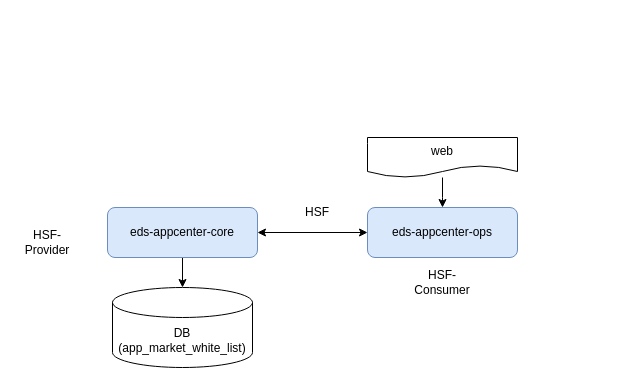
chenkangzeng/appstreaming keeps this draw.io diagram as ali_app_manage.drawio. Above is the earlier version. Source tidied: cells renumbered, new cells numbered last; positions are measured from the earlier drawing's top-left corner, leaving out a move shared by most shapes. Both pictures are drawn from the tidied source at 100%, with x=0, y=0 at pixel (17, 137).
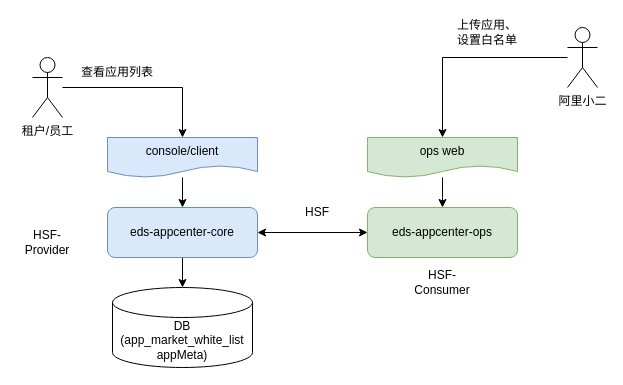
After the change.

The change refers to these unchanged cells:
```xml
<mxCell id="4" value="eds-appcenter-core" style="rounded=1;whiteSpace=wrap;html=1;fillColor=#dae8fc;strokeColor=#6c8ebf;" parent="1" vertex="1">
  <mxGeometry x="90" y="70" width="150" height="50" as="geometry" />
</mxCell>
```

Change to the diagram source:
```diff
@@
-    <mxCell id="2" value="DB&lt;br&gt;(app_market_white_list)" style="shape=cylinder3;whiteSpace=wrap;html=1;boundedLbl=1;backgroundOutline=1;size=15;" parent="1" vertex="1">
+    <mxCell id="2" value="DB&lt;br&gt;(app_market_white_list&lt;br&gt;appMeta)" style="shape=cylinder3;whiteSpace=wrap;html=1;boundedLbl=1;backgroundOutline=1;size=15;" parent="1" vertex="1">
       <mxGeometry x="95" y="150" width="140" height="80" as="geometry" />
     </mxCell>
@@
-    <mxCell id="5" value="eds-appcenter-ops" style="rounded=1;whiteSpace=wrap;html=1;fillColor=#dae8fc;strokeColor=#6c8ebf;" parent="1" vertex="1">
+    <mxCell id="5" value="eds-appcenter-ops" style="rounded=1;whiteSpace=wrap;html=1;fillColor=#d5e8d4;strokeColor=#82b366;" parent="1" vertex="1">
       <mxGeometry x="350" y="70" width="150" height="50" as="geometry" />
     </mxCell>
@@
-    <mxCell id="7" value="web" style="shape=document;whiteSpace=wrap;html=1;boundedLbl=1;" parent="1" vertex="1">
+    <mxCell id="7" value="ops web" style="shape=document;whiteSpace=wrap;html=1;boundedLbl=1;fillColor=#d5e8d4;strokeColor=#82b366;" parent="1" vertex="1">
       <mxGeometry x="350" width="150" height="40" as="geometry" />
     </mxCell>
@@
+    <mxCell id="12" style="edgeStyle=orthogonalEdgeStyle;rounded=0;jettySize=auto;html=1;" parent="1" edge="1" source="13" target="4">
+      <mxGeometry relative="1" as="geometry" />
+    </mxCell>
+    <mxCell id="13" value="console/client" style="shape=document;whiteSpace=wrap;html=1;boundedLbl=1;fillColor=#dae8fc;strokeColor=#6c8ebf;" parent="1" vertex="1">
+      <mxGeometry x="90" width="150" height="40" as="geometry" />
+    </mxCell>
+    <mxCell id="14" style="edgeStyle=orthogonalEdgeStyle;rounded=0;jettySize=auto;html=1;entryX=0.5;entryY=0;entryDx=0;entryDy=0;" parent="1" edge="1" source="15" target="13">
+      <mxGeometry relative="1" as="geometry" />
+    </mxCell>
+    <mxCell id="15" value="租户/员工" style="shape=umlActor;verticalLabelPosition=bottom;verticalAlign=top;html=1;outlineConnect=0;" parent="1" vertex="1">
+      <mxGeometry x="15" y="-80" width="30" height="60" as="geometry" />
+    </mxCell>
+    <mxCell id="16" value="查看应用列表" style="text;html=1;strokeColor=none;fillColor=none;align=center;verticalAlign=middle;whiteSpace=wrap;rounded=0;" parent="1" vertex="1">
+      <mxGeometry x="60" y="-80" width="80" height="30" as="geometry" />
+    </mxCell>
+    <mxCell id="17" style="edgeStyle=orthogonalEdgeStyle;rounded=0;jettySize=auto;html=1;" parent="1" edge="1" source="18" target="7">
+      <mxGeometry relative="1" as="geometry" />
+    </mxCell>
+    <mxCell id="18" value="阿里小二" style="shape=umlActor;verticalLabelPosition=bottom;verticalAlign=top;html=1;outlineConnect=0;" parent="1" vertex="1">
+      <mxGeometry x="550" y="-110" width="30" height="60" as="geometry" />
+    </mxCell>
+    <mxCell id="19" value="上传应用、&lt;br&gt;设置白名单" style="text;html=1;strokeColor=none;fillColor=none;align=center;verticalAlign=middle;whiteSpace=wrap;rounded=0;" parent="1" vertex="1">
+      <mxGeometry x="430" y="-120" width="80" height="30" as="geometry" />
+    </mxCell>
```
